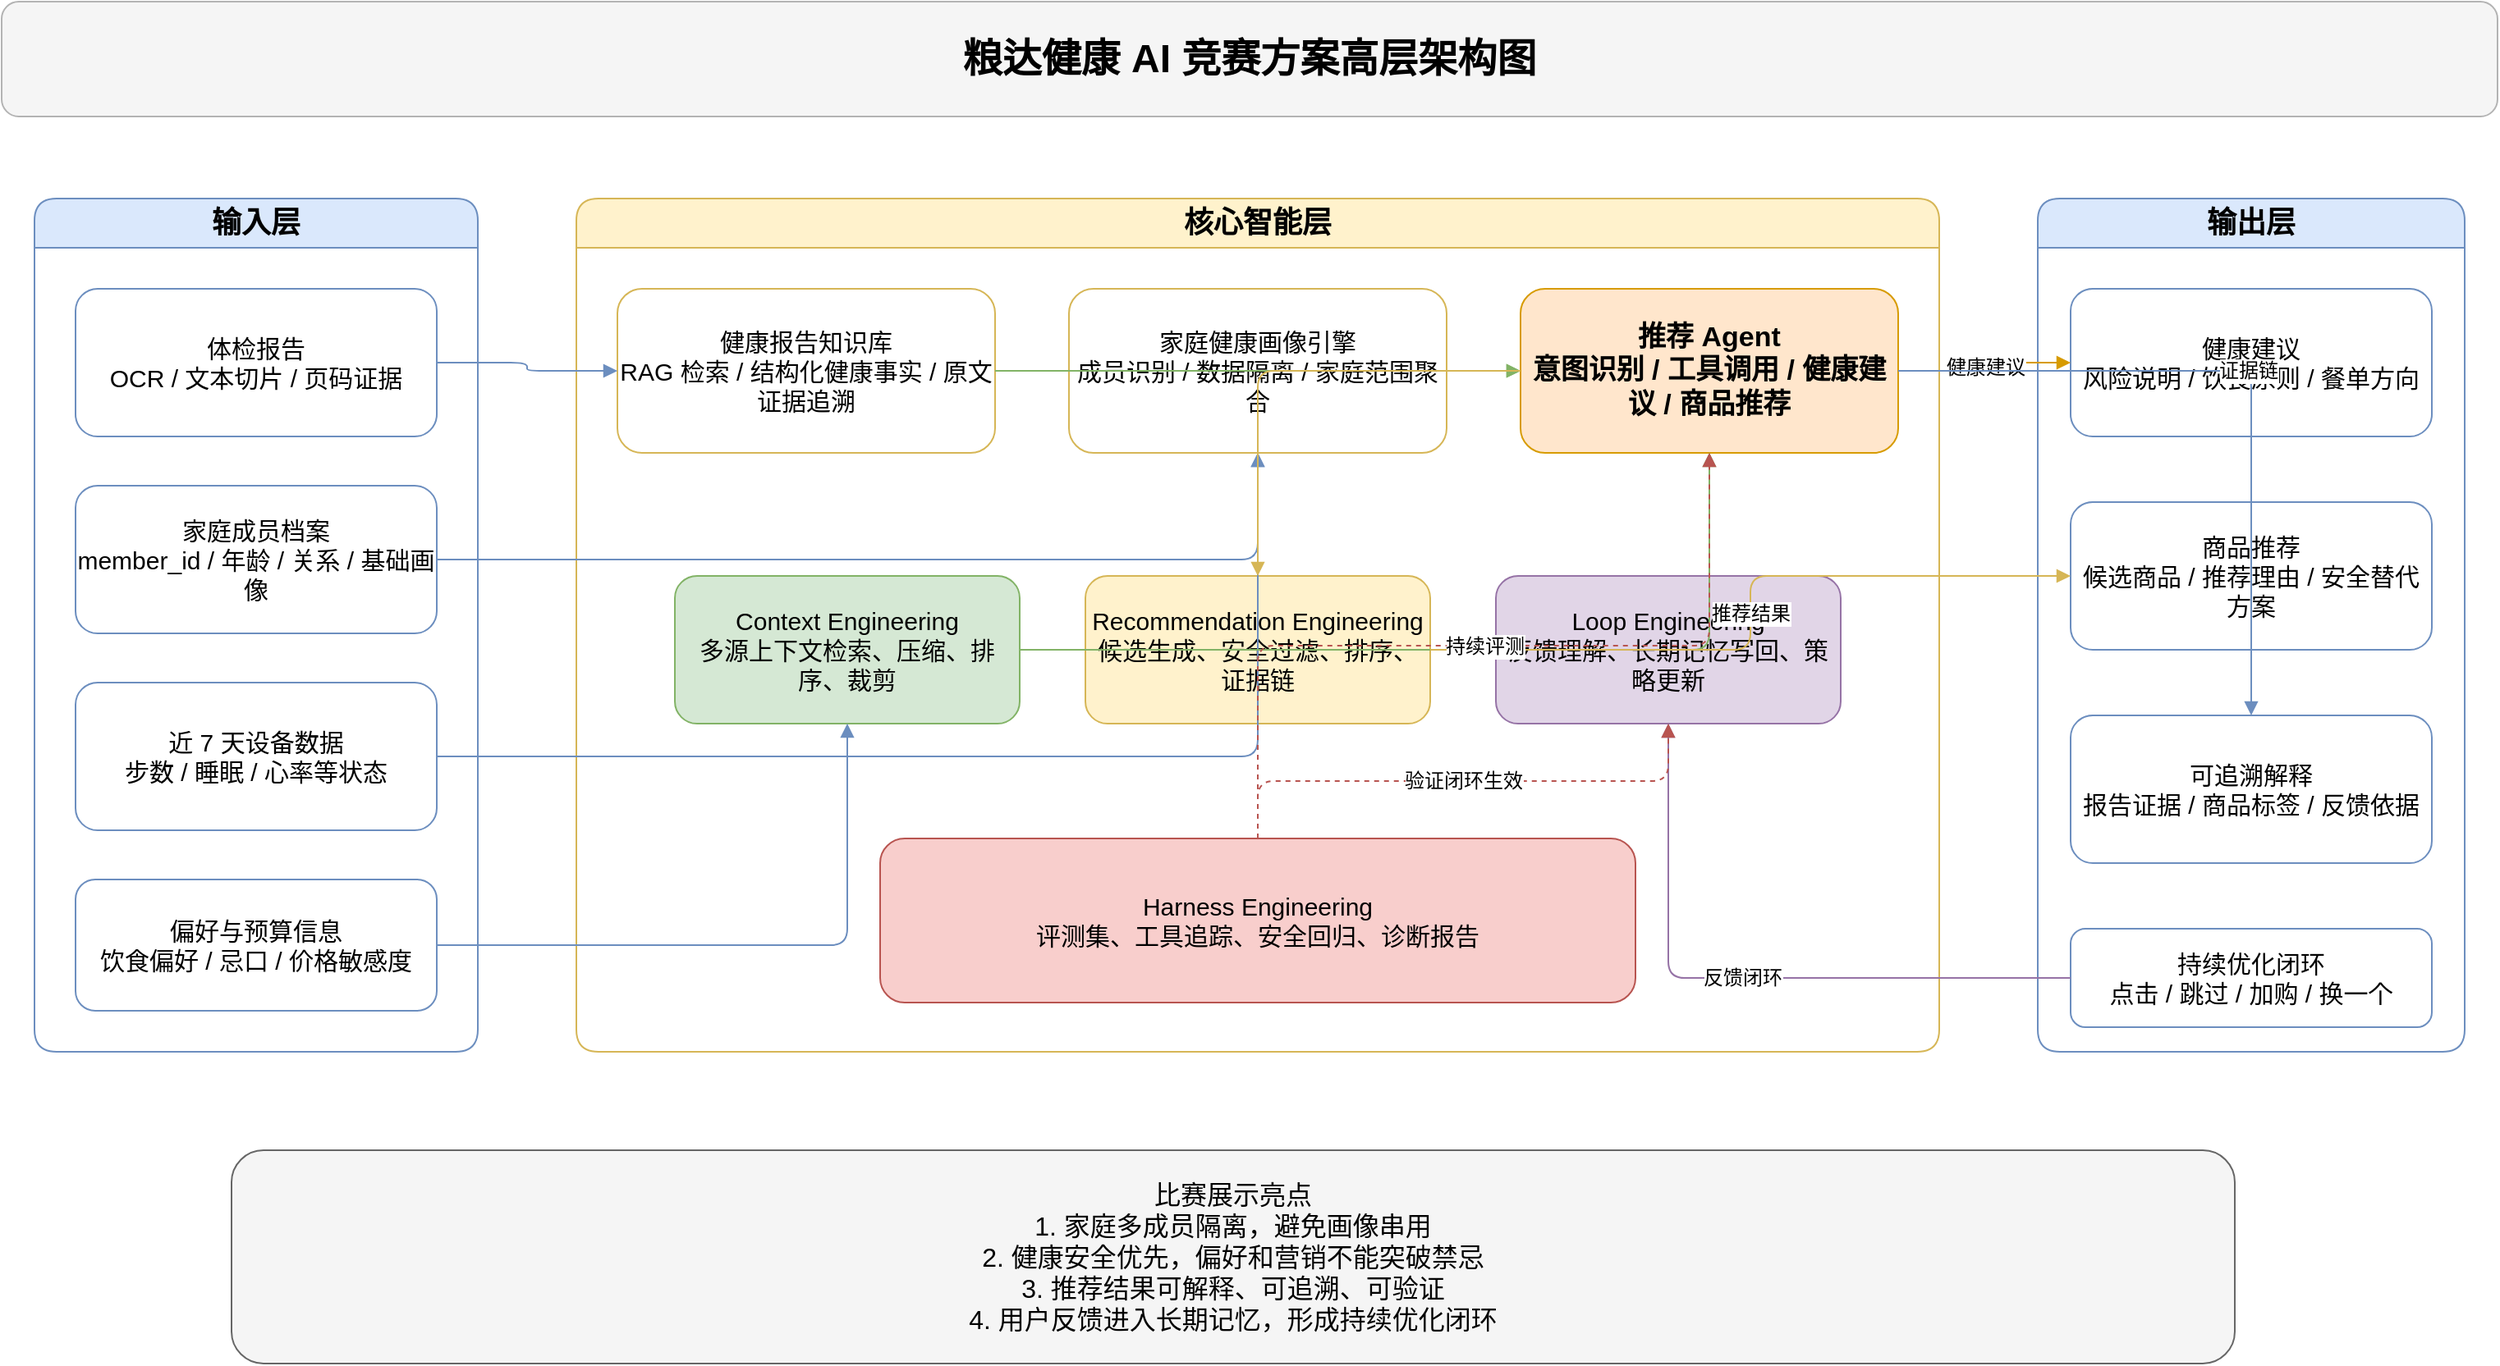
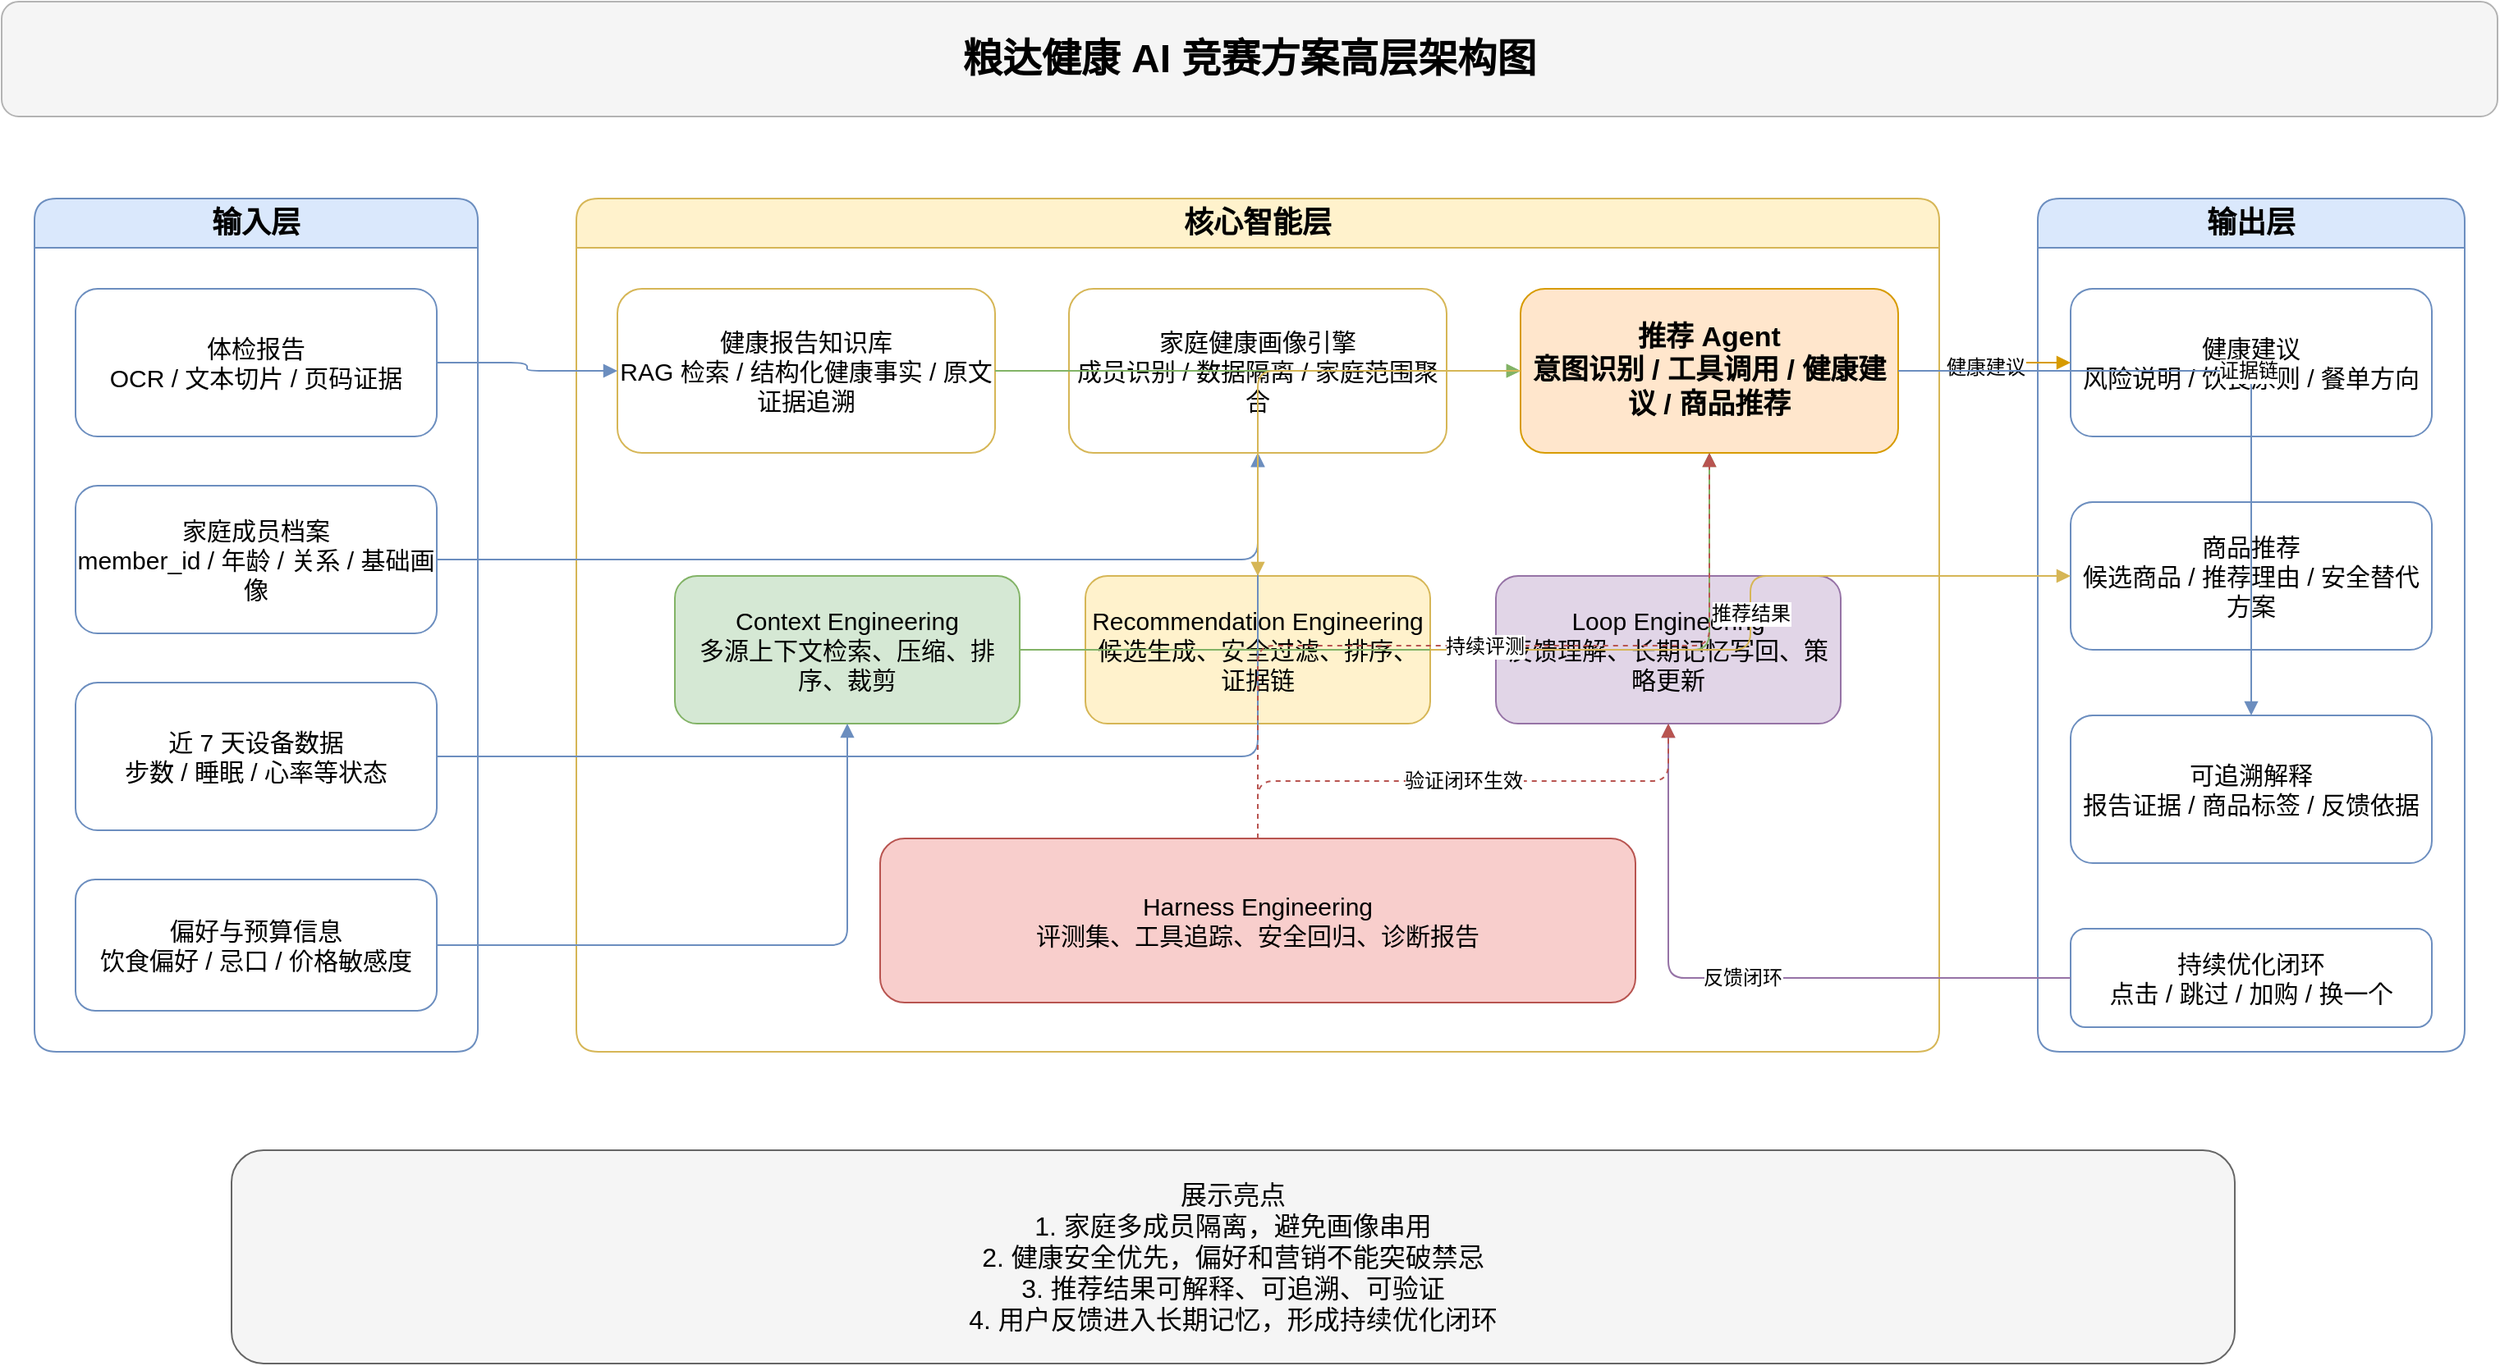
<mxfile host="app.diagrams.net" modified="2026-06-22T00:10:00.000Z" agent="Codex" version="24.7.17">
  <diagram id="liangda-health-competition-architecture" name="Page-1">
    <mxGraphModel dx="1600" dy="1000" grid="1" gridSize="10" guides="1" tooltips="1" connect="1" arrows="1" fold="1" page="1" pageScale="1" pageWidth="1600" pageHeight="900" math="0" shadow="0">
      <root>
        <mxCell id="0"/>
        <mxCell id="1" parent="0"/>
        <mxCell id="title" value="粮达健康 AI 竞赛方案高层架构图" style="rounded=1;whiteSpace=wrap;html=1;fillColor=#f5f5f5;strokeColor=#b3b3b3;fontSize=24;fontStyle=1;" vertex="1" parent="1">
          <mxGeometry x="40" y="20" width="1520" height="70" as="geometry"/>
        </mxCell>
        <mxCell id="input" value="输入层" style="swimlane;startSize=30;rounded=1;whiteSpace=wrap;html=1;fillColor=#dae8fc;strokeColor=#6c8ebf;fontSize=18;fontStyle=1;" vertex="1" parent="1">
          <mxGeometry x="60" y="140" width="270" height="520" as="geometry"/>
        </mxCell>
        <mxCell id="input-report" value="体检报告&#xa;OCR / 文本切片 / 页码证据" style="rounded=1;whiteSpace=wrap;html=1;fillColor=#ffffff;strokeColor=#6c8ebf;fontSize=15;" vertex="1" parent="input">
          <mxGeometry x="25" y="55" width="220" height="90" as="geometry"/>
        </mxCell>
        <mxCell id="input-family" value="家庭成员档案&#xa;member_id / 年龄 / 关系 / 基础画像" style="rounded=1;whiteSpace=wrap;html=1;fillColor=#ffffff;strokeColor=#6c8ebf;fontSize=15;" vertex="1" parent="input">
          <mxGeometry x="25" y="175" width="220" height="90" as="geometry"/>
        </mxCell>
        <mxCell id="input-device" value="近 7 天设备数据&#xa;步数 / 睡眠 / 心率等状态" style="rounded=1;whiteSpace=wrap;html=1;fillColor=#ffffff;strokeColor=#6c8ebf;fontSize=15;" vertex="1" parent="input">
          <mxGeometry x="25" y="295" width="220" height="90" as="geometry"/>
        </mxCell>
        <mxCell id="input-preference" value="偏好与预算信息&#xa;饮食偏好 / 忌口 / 价格敏感度" style="rounded=1;whiteSpace=wrap;html=1;fillColor=#ffffff;strokeColor=#6c8ebf;fontSize=15;" vertex="1" parent="input">
          <mxGeometry x="25" y="415" width="220" height="80" as="geometry"/>
        </mxCell>
        <mxCell id="core" value="核心智能层" style="swimlane;startSize=30;rounded=1;whiteSpace=wrap;html=1;fillColor=#fff2cc;strokeColor=#d6b656;fontSize=18;fontStyle=1;" vertex="1" parent="1">
          <mxGeometry x="390" y="140" width="830" height="520" as="geometry"/>
        </mxCell>
        <mxCell id="core-kb" value="健康报告知识库&#xa;RAG 检索 / 结构化健康事实 / 原文证据追溯" style="rounded=1;whiteSpace=wrap;html=1;fillColor=#ffffff;strokeColor=#d6b656;fontSize=15;" vertex="1" parent="core">
          <mxGeometry x="25" y="55" width="230" height="100" as="geometry"/>
        </mxCell>
        <mxCell id="core-profile" value="家庭健康画像引擎&#xa;成员识别 / 数据隔离 / 家庭范围聚合" style="rounded=1;whiteSpace=wrap;html=1;fillColor=#ffffff;strokeColor=#d6b656;fontSize=15;" vertex="1" parent="core">
          <mxGeometry x="300" y="55" width="230" height="100" as="geometry"/>
        </mxCell>
        <mxCell id="core-agent" value="推荐 Agent&#xa;意图识别 / 工具调用 / 健康建议 / 商品推荐" style="rounded=1;whiteSpace=wrap;html=1;fillColor=#ffe6cc;strokeColor=#d79b00;fontSize=17;fontStyle=1;" vertex="1" parent="core">
          <mxGeometry x="575" y="55" width="230" height="100" as="geometry"/>
        </mxCell>
        <mxCell id="core-context" value="Context Engineering&#xa;多源上下文检索、压缩、排序、裁剪" style="rounded=1;whiteSpace=wrap;html=1;fillColor=#d5e8d4;strokeColor=#82b366;fontSize=15;" vertex="1" parent="core">
          <mxGeometry x="60" y="230" width="210" height="90" as="geometry"/>
        </mxCell>
        <mxCell id="core-recommend" value="Recommendation Engineering&#xa;候选生成、安全过滤、排序、证据链" style="rounded=1;whiteSpace=wrap;html=1;fillColor=#fff2cc;strokeColor=#d6b656;fontSize=15;" vertex="1" parent="core">
          <mxGeometry x="310" y="230" width="210" height="90" as="geometry"/>
        </mxCell>
        <mxCell id="core-loop" value="Loop Engineering&#xa;反馈理解、长期记忆写回、策略更新" style="rounded=1;whiteSpace=wrap;html=1;fillColor=#e1d5e7;strokeColor=#9673a6;fontSize=15;" vertex="1" parent="core">
          <mxGeometry x="560" y="230" width="210" height="90" as="geometry"/>
        </mxCell>
        <mxCell id="core-harness" value="Harness Engineering&#xa;评测集、工具追踪、安全回归、诊断报告" style="rounded=1;whiteSpace=wrap;html=1;fillColor=#f8cecc;strokeColor=#b85450;fontSize=15;" vertex="1" parent="core">
          <mxGeometry x="185" y="390" width="460" height="100" as="geometry"/>
        </mxCell>
        <mxCell id="output" value="输出层" style="swimlane;startSize=30;rounded=1;whiteSpace=wrap;html=1;fillColor=#dae8fc;strokeColor=#6c8ebf;fontSize=18;fontStyle=1;" vertex="1" parent="1">
          <mxGeometry x="1280" y="140" width="260" height="520" as="geometry"/>
        </mxCell>
        <mxCell id="output-health" value="健康建议&#xa;风险说明 / 饮食原则 / 餐单方向" style="rounded=1;whiteSpace=wrap;html=1;fillColor=#ffffff;strokeColor=#6c8ebf;fontSize=15;" vertex="1" parent="output">
          <mxGeometry x="20" y="55" width="220" height="90" as="geometry"/>
        </mxCell>
        <mxCell id="output-product" value="商品推荐&#xa;候选商品 / 推荐理由 / 安全替代方案" style="rounded=1;whiteSpace=wrap;html=1;fillColor=#ffffff;strokeColor=#6c8ebf;fontSize=15;" vertex="1" parent="output">
          <mxGeometry x="20" y="185" width="220" height="90" as="geometry"/>
        </mxCell>
        <mxCell id="output-evidence" value="可追溯解释&#xa;报告证据 / 商品标签 / 反馈依据" style="rounded=1;whiteSpace=wrap;html=1;fillColor=#ffffff;strokeColor=#6c8ebf;fontSize=15;" vertex="1" parent="output">
          <mxGeometry x="20" y="315" width="220" height="90" as="geometry"/>
        </mxCell>
        <mxCell id="output-loop" value="持续优化闭环&#xa;点击 / 跳过 / 加购 / 换一个" style="rounded=1;whiteSpace=wrap;html=1;fillColor=#ffffff;strokeColor=#6c8ebf;fontSize=15;" vertex="1" parent="output">
          <mxGeometry x="20" y="445" width="220" height="60" as="geometry"/>
        </mxCell>
-         <mxCell id="highlight" value="比赛展示亮点&#xa;1. 家庭多成员隔离，避免画像串用&#xa;2. 健康安全优先，偏好和营销不能突破禁忌&#xa;3. 推荐结果可解释、可追溯、可验证&#xa;4. 用户反馈进入长期记忆，形成持续优化闭环" style="rounded=1;whiteSpace=wrap;html=1;fillColor=#f5f5f5;strokeColor=#666666;fontSize=16;" vertex="1" parent="1">
+         <mxCell id="highlight" value="展示亮点&#xa;1. 家庭多成员隔离，避免画像串用&#xa;2. 健康安全优先，偏好和营销不能突破禁忌&#xa;3. 推荐结果可解释、可追溯、可验证&#xa;4. 用户反馈进入长期记忆，形成持续优化闭环" style="rounded=1;whiteSpace=wrap;html=1;fillColor=#f5f5f5;strokeColor=#666666;fontSize=16;" vertex="1" parent="1">
          <mxGeometry x="180" y="720" width="1220" height="130" as="geometry"/>
        </mxCell>
        <mxCell id="e1" value="" style="edgeStyle=orthogonalEdgeStyle;rounded=1;jettySize=auto;html=1;strokeColor=#6c8ebf;endArrow=block;endFill=1;" edge="1" parent="1" source="input-report" target="core-kb">
          <mxGeometry relative="1" as="geometry"/>
        </mxCell>
        <mxCell id="e2" value="" style="edgeStyle=orthogonalEdgeStyle;rounded=1;jettySize=auto;html=1;strokeColor=#6c8ebf;endArrow=block;endFill=1;" edge="1" parent="1" source="input-family" target="core-profile">
          <mxGeometry relative="1" as="geometry"/>
        </mxCell>
        <mxCell id="e3" value="" style="edgeStyle=orthogonalEdgeStyle;rounded=1;jettySize=auto;html=1;strokeColor=#6c8ebf;endArrow=block;endFill=1;" edge="1" parent="1" source="input-device" target="core-profile">
          <mxGeometry relative="1" as="geometry"/>
        </mxCell>
        <mxCell id="e4" value="" style="edgeStyle=orthogonalEdgeStyle;rounded=1;jettySize=auto;html=1;strokeColor=#6c8ebf;endArrow=block;endFill=1;" edge="1" parent="1" source="input-preference" target="core-context">
          <mxGeometry relative="1" as="geometry"/>
        </mxCell>
        <mxCell id="e5" value="" style="edgeStyle=orthogonalEdgeStyle;rounded=1;jettySize=auto;html=1;strokeColor=#82b366;endArrow=block;endFill=1;" edge="1" parent="1" source="core-kb" target="core-agent">
          <mxGeometry relative="1" as="geometry"/>
        </mxCell>
        <mxCell id="e6" value="" style="edgeStyle=orthogonalEdgeStyle;rounded=1;jettySize=auto;html=1;strokeColor=#82b366;endArrow=block;endFill=1;" edge="1" parent="1" source="core-profile" target="core-agent">
          <mxGeometry relative="1" as="geometry"/>
        </mxCell>
        <mxCell id="e7" value="" style="edgeStyle=orthogonalEdgeStyle;rounded=1;jettySize=auto;html=1;strokeColor=#82b366;endArrow=block;endFill=1;" edge="1" parent="1" source="core-context" target="core-agent">
          <mxGeometry relative="1" as="geometry"/>
        </mxCell>
        <mxCell id="e8" value="" style="edgeStyle=orthogonalEdgeStyle;rounded=1;jettySize=auto;html=1;strokeColor=#d6b656;endArrow=block;endFill=1;" edge="1" parent="1" source="core-agent" target="core-recommend">
          <mxGeometry relative="1" as="geometry"/>
        </mxCell>
        <mxCell id="e9" value="" style="edgeStyle=orthogonalEdgeStyle;rounded=1;jettySize=auto;html=1;strokeColor=#9673a6;endArrow=block;endFill=1;" edge="1" parent="1" source="core-recommend" target="core-loop">
          <mxGeometry relative="1" as="geometry"/>
        </mxCell>
        <mxCell id="e10" value="健康建议" style="edgeStyle=orthogonalEdgeStyle;rounded=1;jettySize=auto;html=1;strokeColor=#d79b00;fontSize=12;endArrow=block;endFill=1;" edge="1" parent="1" source="core-agent" target="output-health">
          <mxGeometry relative="1" as="geometry"/>
        </mxCell>
        <mxCell id="e11" value="推荐结果" style="edgeStyle=orthogonalEdgeStyle;rounded=1;jettySize=auto;html=1;strokeColor=#d6b656;fontSize=12;endArrow=block;endFill=1;" edge="1" parent="1" source="core-recommend" target="output-product">
          <mxGeometry relative="1" as="geometry"/>
        </mxCell>
        <mxCell id="e12" value="证据链" style="edgeStyle=orthogonalEdgeStyle;rounded=1;jettySize=auto;html=1;strokeColor=#6c8ebf;fontSize=12;endArrow=block;endFill=1;" edge="1" parent="1" source="core-agent" target="output-evidence">
          <mxGeometry relative="1" as="geometry"/>
        </mxCell>
        <mxCell id="e13" value="反馈闭环" style="edgeStyle=orthogonalEdgeStyle;rounded=1;jettySize=auto;html=1;strokeColor=#9673a6;fontSize=12;endArrow=block;endFill=1;" edge="1" parent="1" source="output-loop" target="core-loop">
          <mxGeometry relative="1" as="geometry"/>
        </mxCell>
        <mxCell id="e14" value="持续评测" style="edgeStyle=orthogonalEdgeStyle;rounded=1;jettySize=auto;html=1;strokeColor=#b85450;fontSize=12;endArrow=block;endFill=1;dashed=1;" edge="1" parent="1" source="core-harness" target="core-agent">
          <mxGeometry relative="1" as="geometry"/>
        </mxCell>
        <mxCell id="e15" value="验证闭环生效" style="edgeStyle=orthogonalEdgeStyle;rounded=1;jettySize=auto;html=1;strokeColor=#b85450;fontSize=12;endArrow=block;endFill=1;dashed=1;" edge="1" parent="1" source="core-harness" target="core-loop">
          <mxGeometry relative="1" as="geometry"/>
        </mxCell>
      </root>
    </mxGraphModel>
  </diagram>
</mxfile>
